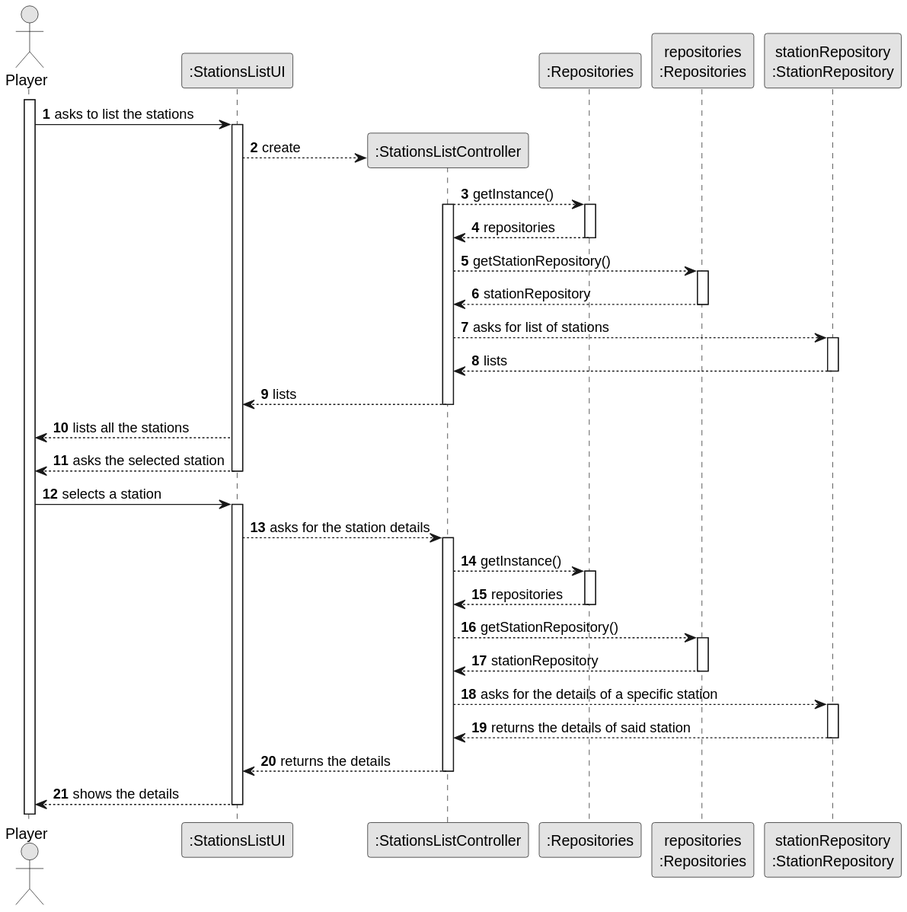
Earlier version of the PlantUML export docs/system-documentation/US007/03.design/svg/US007-SD.svg (goncalolopesp/sem2-pi-24.25-g093-repo). Source of this version:
```plantuml
@startuml
skinparam monochrome true
skinparam packageStyle rectangle
skinparam shadowing false

autonumber

actor "Player" as Employee
participant ":StationsListUI" as StationsListUI

activate Employee

Employee -> StationsListUI : asks to list the stations
activate StationsListUI

create ":StationsListController" as StationsListController

StationsListUI --> StationsListController : create



participant ":Repositories" as Repositories
participant "repositories\n:Repositories" as Repo
participant "stationRepository\n:StationRepository" as stationRepository

StationsListController --> Repositories : getInstance()
activate StationsListController
activate Repositories

Repositories --> StationsListController : repositories

deactivate Repositories

StationsListController --> Repo : getStationRepository()
activate Repo

Repo --> StationsListController : stationRepository
deactivate Repo


StationsListController --> stationRepository : asks for list of stations
activate stationRepository
stationRepository --> StationsListController : lists
deactivate stationRepository
StationsListController --> StationsListUI : lists

deactivate StationsListController

StationsListUI --> Employee : lists all the stations
StationsListUI --> Employee : asks the selected station
deactivate StationsListUI

Employee -> StationsListUI : selects a station
activate StationsListUI
StationsListUI --> StationsListController : asks for the station details
activate StationsListController
StationsListController --> Repositories : getInstance()
activate Repositories
Repositories --> StationsListController : repositories
deactivate Repositories
StationsListController --> Repo : getStationRepository()
activate Repo
Repo --> StationsListController : stationRepository
deactivate Repo
StationsListController --> stationRepository : asks for the details of a specific station
activate stationRepository
stationRepository --> StationsListController : returns the details of said station
deactivate stationRepository
StationsListController --> StationsListUI : returns the details
deactivate StationsListController
StationsListUI --> Employee : shows the details
deactivate StationsListUI
@enduml
```
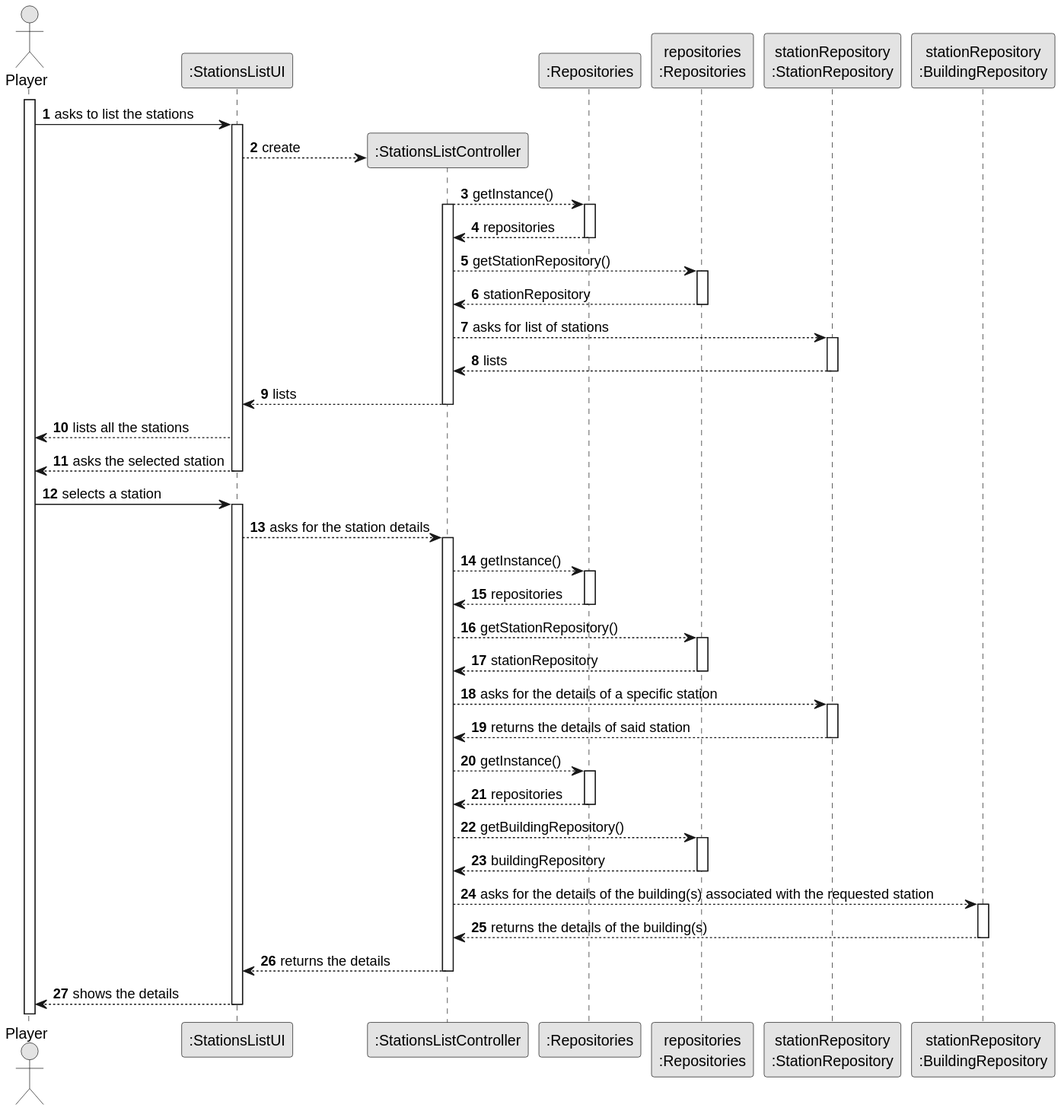
Later version of the same file.

Commit message:
US007 - Updated Full System Diagram

The edit, as a diff of the source:
```diff
@@ -22,6 +22,7 @@
 participant ":Repositories" as Repositories
 participant "repositories\n:Repositories" as Repo
 participant "stationRepository\n:StationRepository" as stationRepository
+participant "stationRepository\n:BuildingRepository" as buildingRepository
 
 StationsListController --> Repositories : getInstance()
 activate StationsListController
@@ -66,6 +67,18 @@
 activate stationRepository
 stationRepository --> StationsListController : returns the details of said station
 deactivate stationRepository
+StationsListController --> Repositories : getInstance()
+activate Repositories
+Repositories --> StationsListController : repositories
+deactivate Repositories
+StationsListController --> Repo : getBuildingRepository()
+activate Repo
+Repo --> StationsListController : buildingRepository
+deactivate Repo
+StationsListController --> buildingRepository : asks for the details of the building(s) associated with the requested station
+activate buildingRepository
+buildingRepository --> StationsListController : returns the details of the building(s)
+deactivate buildingRepository
 StationsListController --> StationsListUI : returns the details
 deactivate StationsListController
 StationsListUI --> Employee : shows the details
```
